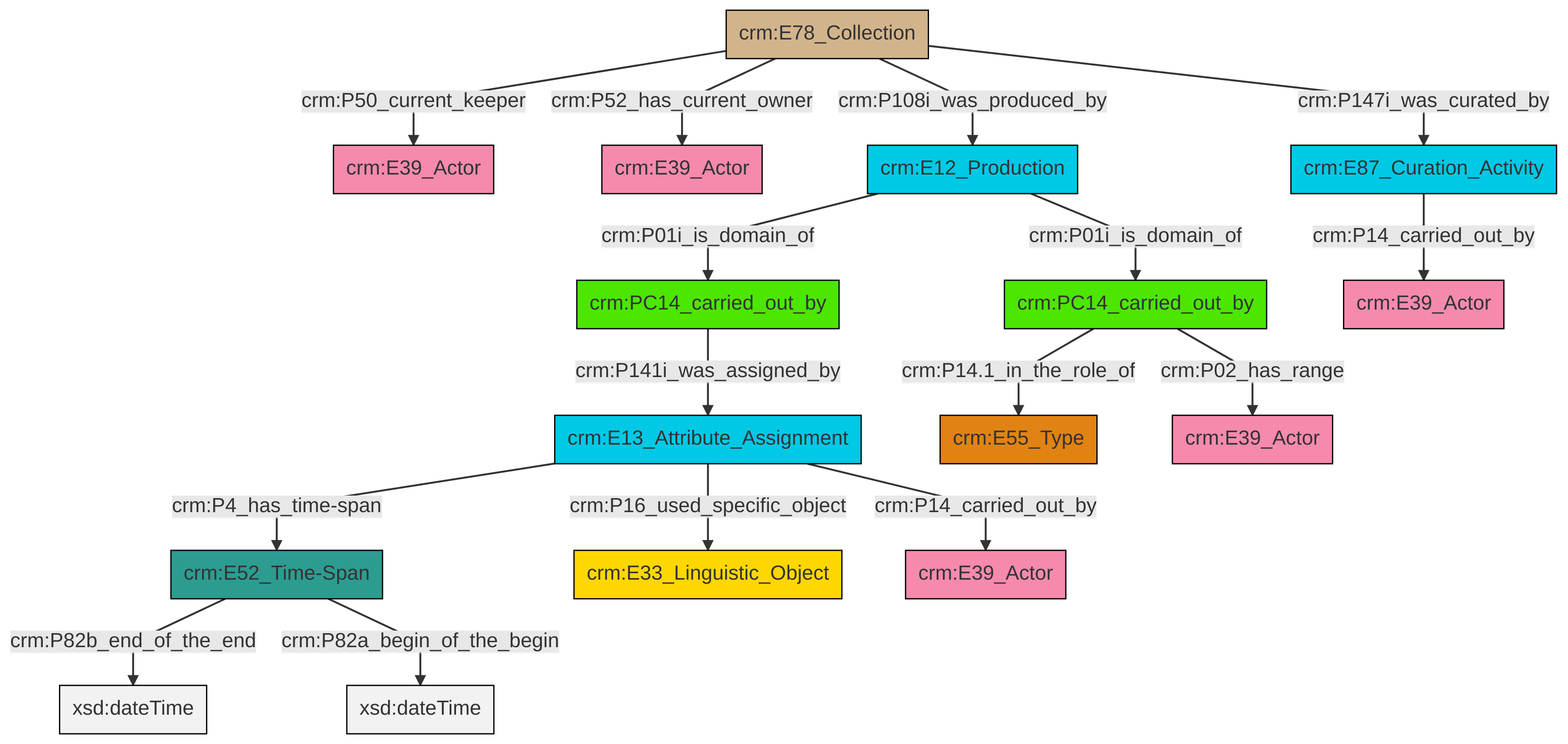
The Mermaid diagram et/archivalCSV/ttl/mmd/png/archival_relation.png in swiss-art-research-net/docs.swissartresearch, before a commit. Its source is kept beside it as et/archivalCSV/ttl/mmd/archival_relation.ttl.mmd.
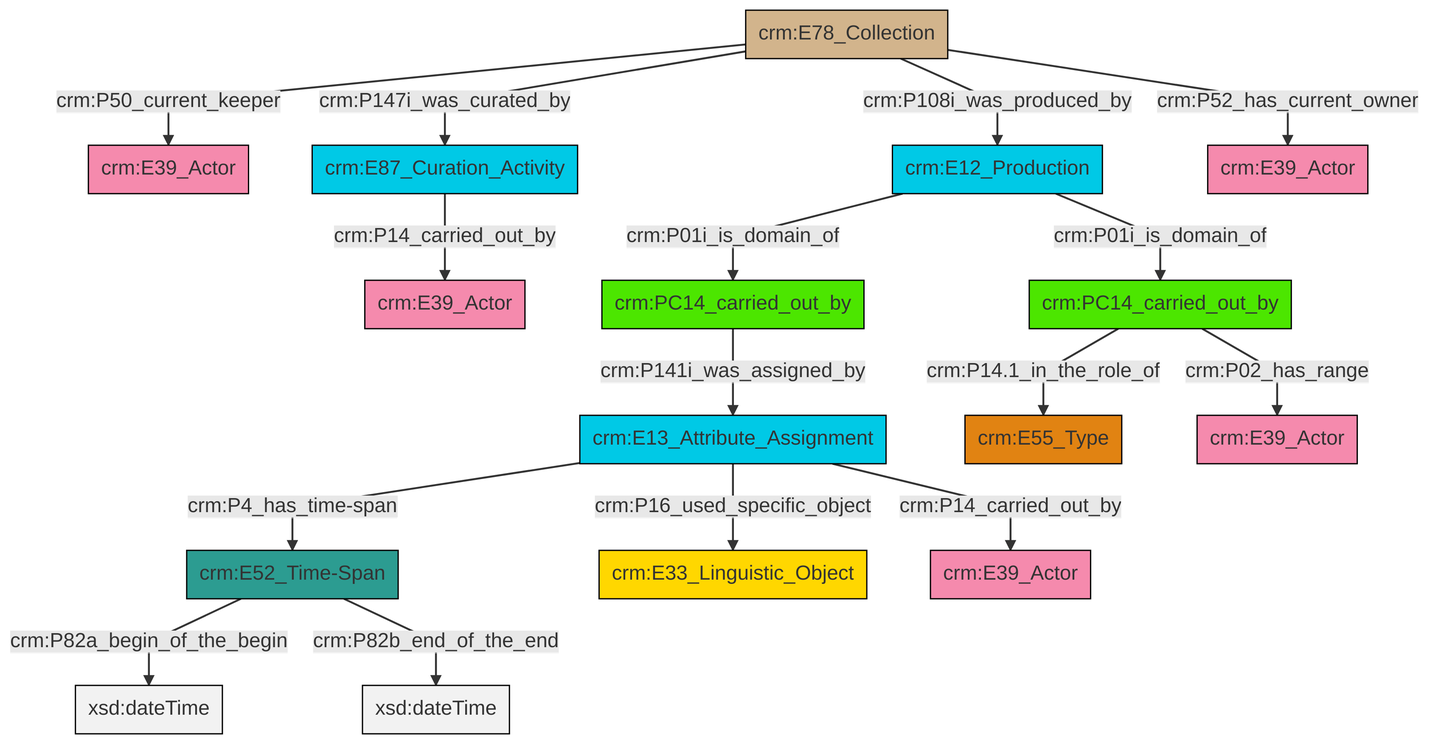
The same diagram one commit later.

Change to the diagram source:
```diff
@@ -13,18 +13,18 @@
 classDef PC_Classes fill:#4ce600, stroke:#000000;
 classDef Multi fill:#cccccc,stroke:#000000;
 
-0["crm:E52_Time-Span"]:::Time-Span -->|crm:P82b_end_of_the_end| 1[xsd:dateTime]:::Literal
-8["crm:E78_Collection"]:::Physical_Thing -->|crm:P52_has_current_owner| 6["crm:E39_Actor"]:::Actor
-9["crm:PC14_carried_out_by"]:::PC_Classes -->|crm:P14.1_in_the_role_of| 11["crm:E55_Type"]:::Type
-8["crm:E78_Collection"]:::Physical_Thing -->|crm:P147i_was_curated_by| 12["crm:E87_Curation_Activity"]:::Temporal_Entity
-15["crm:E12_Production"]:::Temporal_Entity -->|crm:P01i_is_domain_of| 13["crm:PC14_carried_out_by"]:::PC_Classes
-8["crm:E78_Collection"]:::Physical_Thing -->|crm:P108i_was_produced_by| 15["crm:E12_Production"]:::Temporal_Entity
-8["crm:E78_Collection"]:::Physical_Thing -->|crm:P50_current_keeper| 2["crm:E39_Actor"]:::Actor
-13["crm:PC14_carried_out_by"]:::PC_Classes -->|crm:P141i_was_assigned_by| 4["crm:E13_Attribute_Assignment"]:::Temporal_Entity
-15["crm:E12_Production"]:::Temporal_Entity -->|crm:P01i_is_domain_of| 9["crm:PC14_carried_out_by"]:::PC_Classes
-4["crm:E13_Attribute_Assignment"]:::Temporal_Entity -->|crm:P14_carried_out_by| 24["crm:E39_Actor"]:::Actor
-0["crm:E52_Time-Span"]:::Time-Span -->|crm:P82a_begin_of_the_begin| 26[xsd:dateTime]:::Literal
-4["crm:E13_Attribute_Assignment"]:::Temporal_Entity -->|crm:P16_used_specific_object| 16["crm:E33_Linguistic_Object"]:::Conceptual_Object
-12["crm:E87_Curation_Activity"]:::Temporal_Entity -->|crm:P14_carried_out_by| 20["crm:E39_Actor"]:::Actor
-4["crm:E13_Attribute_Assignment"]:::Temporal_Entity -->|crm:P4_has_time-span| 0["crm:E52_Time-Span"]:::Time-Span
-9["crm:PC14_carried_out_by"]:::PC_Classes -->|crm:P02_has_range| 28["crm:E39_Actor"]:::Actor
+0["crm:E78_Collection"]:::Physical_Thing -->|crm:P50_current_keeper| 1["crm:E39_Actor"]:::Actor
+0["crm:E78_Collection"]:::Physical_Thing -->|crm:P147i_was_curated_by| 4["crm:E87_Curation_Activity"]:::Temporal_Entity
+7["crm:E52_Time-Span"]:::Time-Span -->|crm:P82a_begin_of_the_begin| 8[xsd:dateTime]:::Literal
+5["crm:E13_Attribute_Assignment"]:::Temporal_Entity -->|crm:P4_has_time-span| 7["crm:E52_Time-Span"]:::Time-Span
+10["crm:PC14_carried_out_by"]:::PC_Classes -->|crm:P14.1_in_the_role_of| 11["crm:E55_Type"]:::Type
+4["crm:E87_Curation_Activity"]:::Temporal_Entity -->|crm:P14_carried_out_by| 12["crm:E39_Actor"]:::Actor
+7["crm:E52_Time-Span"]:::Time-Span -->|crm:P82b_end_of_the_end| 16[xsd:dateTime]:::Literal
+0["crm:E78_Collection"]:::Physical_Thing -->|crm:P108i_was_produced_by| 18["crm:E12_Production"]:::Temporal_Entity
+0["crm:E78_Collection"]:::Physical_Thing -->|crm:P52_has_current_owner| 22["crm:E39_Actor"]:::Actor
+24["crm:PC14_carried_out_by"]:::PC_Classes -->|crm:P141i_was_assigned_by| 5["crm:E13_Attribute_Assignment"]:::Temporal_Entity
+10["crm:PC14_carried_out_by"]:::PC_Classes -->|crm:P02_has_range| 2["crm:E39_Actor"]:::Actor
+18["crm:E12_Production"]:::Temporal_Entity -->|crm:P01i_is_domain_of| 24["crm:PC14_carried_out_by"]:::PC_Classes
+5["crm:E13_Attribute_Assignment"]:::Temporal_Entity -->|crm:P16_used_specific_object| 13["crm:E33_Linguistic_Object"]:::Conceptual_Object
+5["crm:E13_Attribute_Assignment"]:::Temporal_Entity -->|crm:P14_carried_out_by| 27["crm:E39_Actor"]:::Actor
+18["crm:E12_Production"]:::Temporal_Entity -->|crm:P01i_is_domain_of| 10["crm:PC14_carried_out_by"]:::PC_Classes
```
